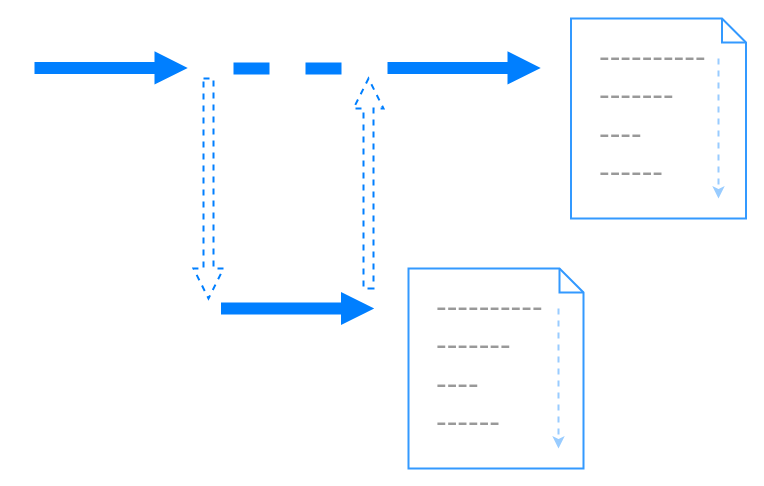
This is docs/icon.drawio from owent/libcopp, a draw.io file, before an edit. Source tidied: cells renumbered, new cells numbered last; positions are measured from the earlier drawing's top-left corner, leaving out a move shared by most shapes. Both pictures are drawn from the tidied source at 100%, with x=0, y=0 at pixel (35, 18).
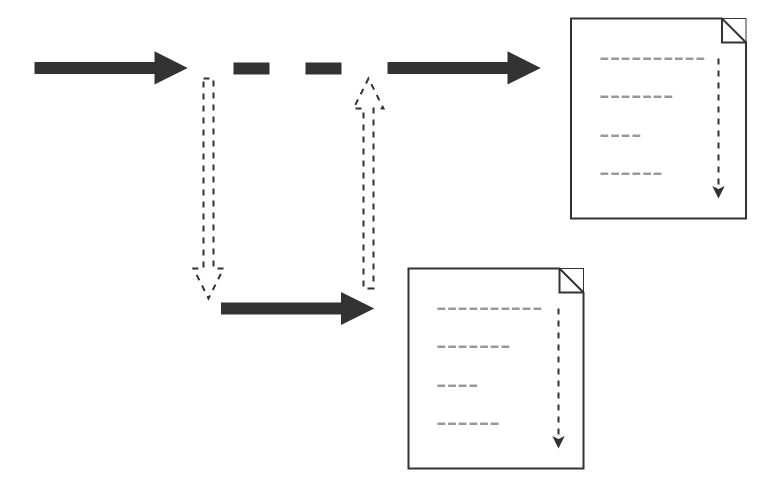
After the change.

Change to the diagram source:
```diff
@@
-    <mxCell id="2" style="endArrow=classic;html=1;strokeWidth=2;fontSize=64;fontColor=#9999FF;shape=arrow;endSize=9;fillColor=#007FFF;strokeColor=#007FFF;" parent="1" edge="1">
+    <mxCell id="2" style="endArrow=classic;html=1;strokeWidth=2;fontSize=64;fontColor=#9999FF;shape=arrow;endSize=9;fillColor=#333333;strokeColor=#333333;" parent="1" edge="1">
       <mxGeometry relative="1" as="geometry">
         <mxPoint x="353" y="49.4" as="sourcePoint" />
         <mxPoint x="503" y="49.4" as="targetPoint" />
       </mxGeometry>
     </mxCell>
-    <mxCell id="3" style="endArrow=classic;html=1;strokeWidth=2;fontSize=64;fontColor=#9999FF;shape=arrow;endSize=9;fillColor=#007FFF;strokeColor=#007FFF;" parent="1" edge="1">
+    <mxCell id="3" style="endArrow=classic;html=1;strokeWidth=2;fontSize=64;fontColor=#9999FF;shape=arrow;endSize=9;fillColor=#333333;strokeColor=#333333;" parent="1" edge="1">
       <mxGeometry relative="1" as="geometry">
         <mxPoint y="49.4" as="sourcePoint" />
         <mxPoint x="150" y="49.4" as="targetPoint" />
       </mxGeometry>
     </mxCell>
-    <mxCell id="4" style="endArrow=classic;html=1;strokeWidth=2;fontSize=64;fontColor=#9999FF;dashed=1;fillColor=none;strokeColor=#007FFF;shape=arrow;" parent="1" edge="1">
+    <mxCell id="4" style="endArrow=classic;html=1;strokeWidth=2;fontSize=64;fontColor=#9999FF;dashed=1;fillColor=none;strokeColor=#333333;shape=arrow;" parent="1" edge="1">
       <mxGeometry relative="1" as="geometry">
         <mxPoint x="173" y="60" as="sourcePoint" />
         <mxPoint x="173" y="280" as="targetPoint" />
       </mxGeometry>
     </mxCell>
-    <mxCell id="5" style="endArrow=classic;html=1;strokeWidth=2;fontSize=64;fontColor=#9999FF;shape=arrow;endSize=9;dashed=1;strokeColor=#007FFF;fillColor=none;" parent="1" edge="1">
+    <mxCell id="5" style="endArrow=classic;html=1;strokeWidth=2;fontSize=64;fontColor=#9999FF;shape=arrow;endSize=9;dashed=1;strokeColor=#333333;fillColor=none;" parent="1" edge="1">
       <mxGeometry relative="1" as="geometry">
         <mxPoint x="333" y="270" as="sourcePoint" />
         <mxPoint x="333" y="60" as="targetPoint" />
       </mxGeometry>
     </mxCell>
-    <mxCell id="6" style="group;strokeColor=none;" parent="1" vertex="1">
+    <mxCell id="6" style="group;strokeColor=#333333;" parent="1" vertex="1">
       <mxGeometry x="373" y="250" width="175" height="200" as="geometry" />
     </mxCell>
-    <mxCell id="7" value="&lt;div style=&quot;font-size: 32px&quot;&gt;&lt;font color=&quot;#999999&quot;&gt;----------&lt;br&gt;-------&lt;br&gt;----&lt;br&gt;------&lt;/font&gt;&lt;br&gt;&lt;/div&gt;" style="shape=note;whiteSpace=wrap;html=1;size=24;verticalAlign=top;align=left;spacingTop=12;fillColor=none;fontSize=64;strokeColor=#3399FF;fontColor=#333333;spacingLeft=26;strokeWidth=2;" parent="6" vertex="1">
+    <mxCell id="7" value="&lt;div style=&quot;font-size: 32px&quot;&gt;&lt;font color=&quot;#999999&quot;&gt;----------&lt;br&gt;-------&lt;br&gt;----&lt;br&gt;------&lt;/font&gt;&lt;br&gt;&lt;/div&gt;" style="shape=note;whiteSpace=wrap;html=1;size=24;verticalAlign=top;align=left;spacingTop=12;fillColor=none;fontSize=64;strokeColor=#333333;fontColor=#333333;spacingLeft=26;strokeWidth=2;" parent="6" vertex="1">
       <mxGeometry width="175" height="200" as="geometry" />
     </mxCell>
-    <mxCell id="8" style="endArrow=classic;html=1;dashed=1;strokeWidth=2;fontSize=64;fontColor=#000000;strokeColor=#99CCFF;" parent="6" edge="1">
+    <mxCell id="8" style="endArrow=classic;html=1;dashed=1;strokeWidth=2;fontSize=64;fontColor=#000000;strokeColor=#333333;" parent="6" edge="1">
       <mxGeometry relative="1" as="geometry">
         <mxPoint x="150" y="40" as="sourcePoint" />
         <mxPoint x="150" y="180" as="targetPoint" />
       </mxGeometry>
     </mxCell>
-    <mxCell id="9" style="group;strokeColor=none;fillColor=none;shadow=0;" parent="1" vertex="1">
+    <mxCell id="9" style="group;strokeColor=#333333;fillColor=none;shadow=0;" parent="1" vertex="1">
       <mxGeometry x="535.5" width="175" height="200" as="geometry" />
     </mxCell>
-    <mxCell id="10" value="&lt;div style=&quot;font-size: 32px&quot;&gt;&lt;font style=&quot;font-size: 32px&quot; color=&quot;#999999&quot;&gt;----------&lt;/font&gt;&lt;/div&gt;&lt;div style=&quot;font-size: 32px&quot;&gt;&lt;font style=&quot;font-size: 32px&quot; color=&quot;#999999&quot;&gt;-------&lt;/font&gt;&lt;/div&gt;&lt;div style=&quot;font-size: 32px&quot;&gt;&lt;font style=&quot;font-size: 32px&quot; color=&quot;#999999&quot;&gt;----&lt;/font&gt;&lt;/div&gt;&lt;div style=&quot;font-size: 32px&quot;&gt;&lt;font style=&quot;font-size: 32px&quot; color=&quot;#999999&quot;&gt;------&lt;/font&gt;&lt;/div&gt;" style="shape=note;whiteSpace=wrap;html=1;size=24;verticalAlign=top;align=left;spacingTop=12;fillColor=none;fontSize=64;strokeColor=#3399FF;fontColor=#333333;spacingLeft=26;strokeWidth=2;" parent="9" vertex="1">
+    <mxCell id="10" value="&lt;div style=&quot;font-size: 32px&quot;&gt;&lt;font style=&quot;font-size: 32px&quot; color=&quot;#999999&quot;&gt;----------&lt;/font&gt;&lt;/div&gt;&lt;div style=&quot;font-size: 32px&quot;&gt;&lt;font style=&quot;font-size: 32px&quot; color=&quot;#999999&quot;&gt;-------&lt;/font&gt;&lt;/div&gt;&lt;div style=&quot;font-size: 32px&quot;&gt;&lt;font style=&quot;font-size: 32px&quot; color=&quot;#999999&quot;&gt;----&lt;/font&gt;&lt;/div&gt;&lt;div style=&quot;font-size: 32px&quot;&gt;&lt;font style=&quot;font-size: 32px&quot; color=&quot;#999999&quot;&gt;------&lt;/font&gt;&lt;/div&gt;" style="shape=note;whiteSpace=wrap;html=1;size=24;verticalAlign=top;align=left;spacingTop=12;fillColor=none;fontSize=64;strokeColor=#333333;fontColor=#333333;spacingLeft=26;strokeWidth=2;" parent="9" vertex="1">
       <mxGeometry width="175" height="200" as="geometry" />
     </mxCell>
-    <mxCell id="11" style="endArrow=classic;html=1;dashed=1;strokeWidth=2;fontSize=64;fontColor=#000000;strokeColor=#99CCFF;" parent="9" edge="1">
+    <mxCell id="11" style="endArrow=classic;html=1;dashed=1;strokeWidth=2;fontSize=64;fontColor=#000000;strokeColor=#333333;" parent="9" edge="1">
       <mxGeometry relative="1" as="geometry">
         <mxPoint x="147.5" y="40" as="sourcePoint" />
         <mxPoint x="147.5" y="180" as="targetPoint" />
       </mxGeometry>
     </mxCell>
-    <mxCell id="12" style="line;strokeWidth=12;fillColor=none;align=left;verticalAlign=middle;spacingTop=-1;spacingLeft=3;spacingRight=3;labelPosition=right;fontSize=64;fontColor=#000000;dashed=1;strokeColor=#007FFF;" parent="1" vertex="1">
+    <mxCell id="12" style="line;strokeWidth=12;fillColor=none;align=left;verticalAlign=middle;spacingTop=-1;spacingLeft=3;spacingRight=3;labelPosition=right;fontSize=64;fontColor=#000000;dashed=1;strokeColor=#333333;" parent="1" vertex="1">
       <mxGeometry x="198" y="46" width="123" height="8" as="geometry" />
     </mxCell>
-    <mxCell id="13" style="endArrow=classic;html=1;strokeWidth=2;fontSize=64;fontColor=#9999FF;shape=arrow;endSize=9;fillColor=#007FFF;strokeColor=#007FFF;" parent="1" edge="1">
+    <mxCell id="13" style="endArrow=classic;html=1;strokeWidth=2;fontSize=64;fontColor=#9999FF;shape=arrow;endSize=9;fillColor=#333333;strokeColor=#333333;" parent="1" edge="1">
       <mxGeometry relative="1" as="geometry">
         <mxPoint x="186.5" y="290" as="sourcePoint" />
         <mxPoint x="336.5" y="290" as="targetPoint" />
       </mxGeometry>
     </mxCell>
```
